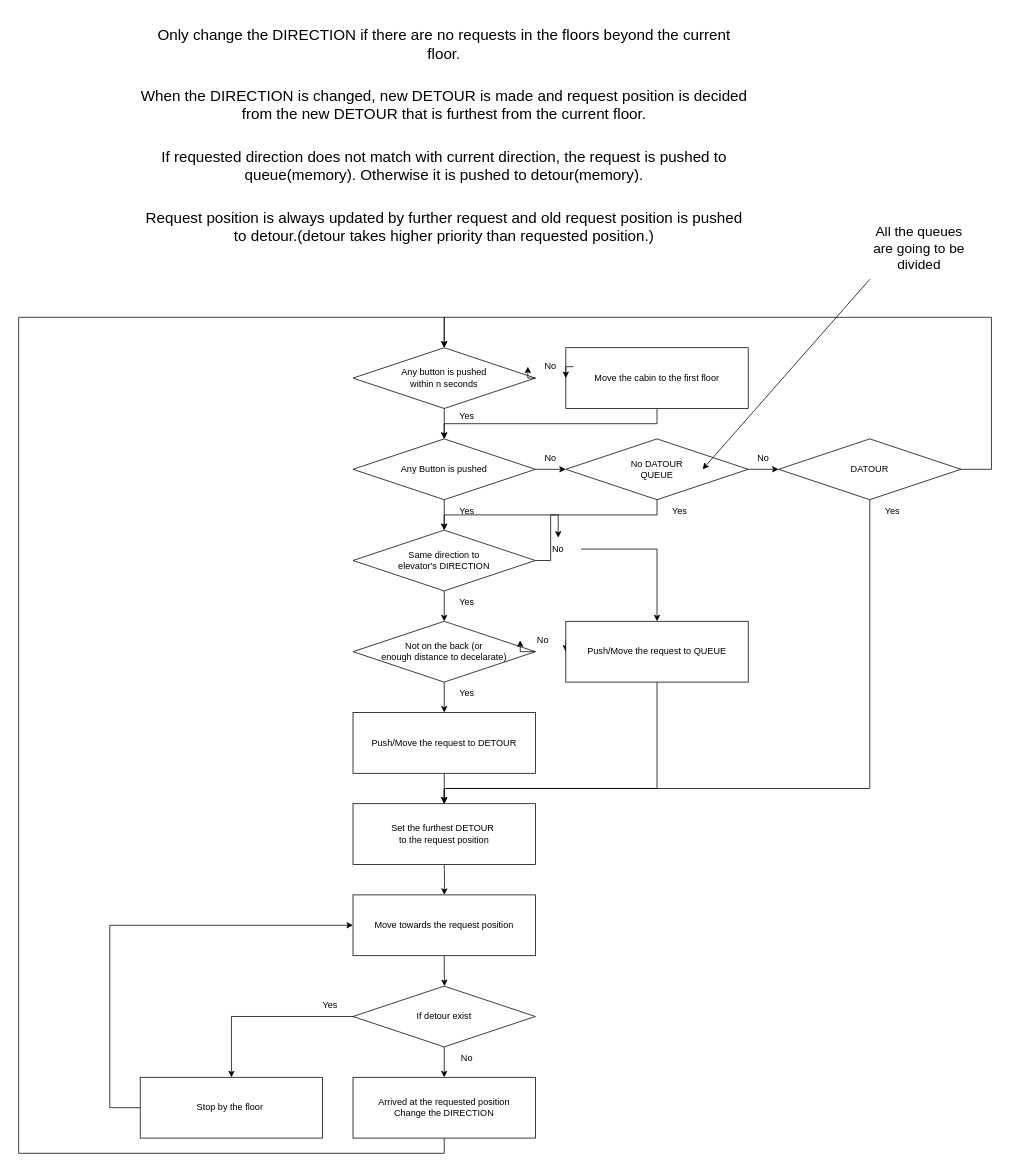
Earlier version of the draw.io diagram Algorithm.drawio (lkw56/Elevator). Source tidied: cells renumbered, new cells numbered last; positions are measured from the earlier drawing's top-left corner, leaving out a move shared by most shapes. Both pictures are drawn from the tidied source at 76%, with x=0, y=0 at pixel (18, 13).
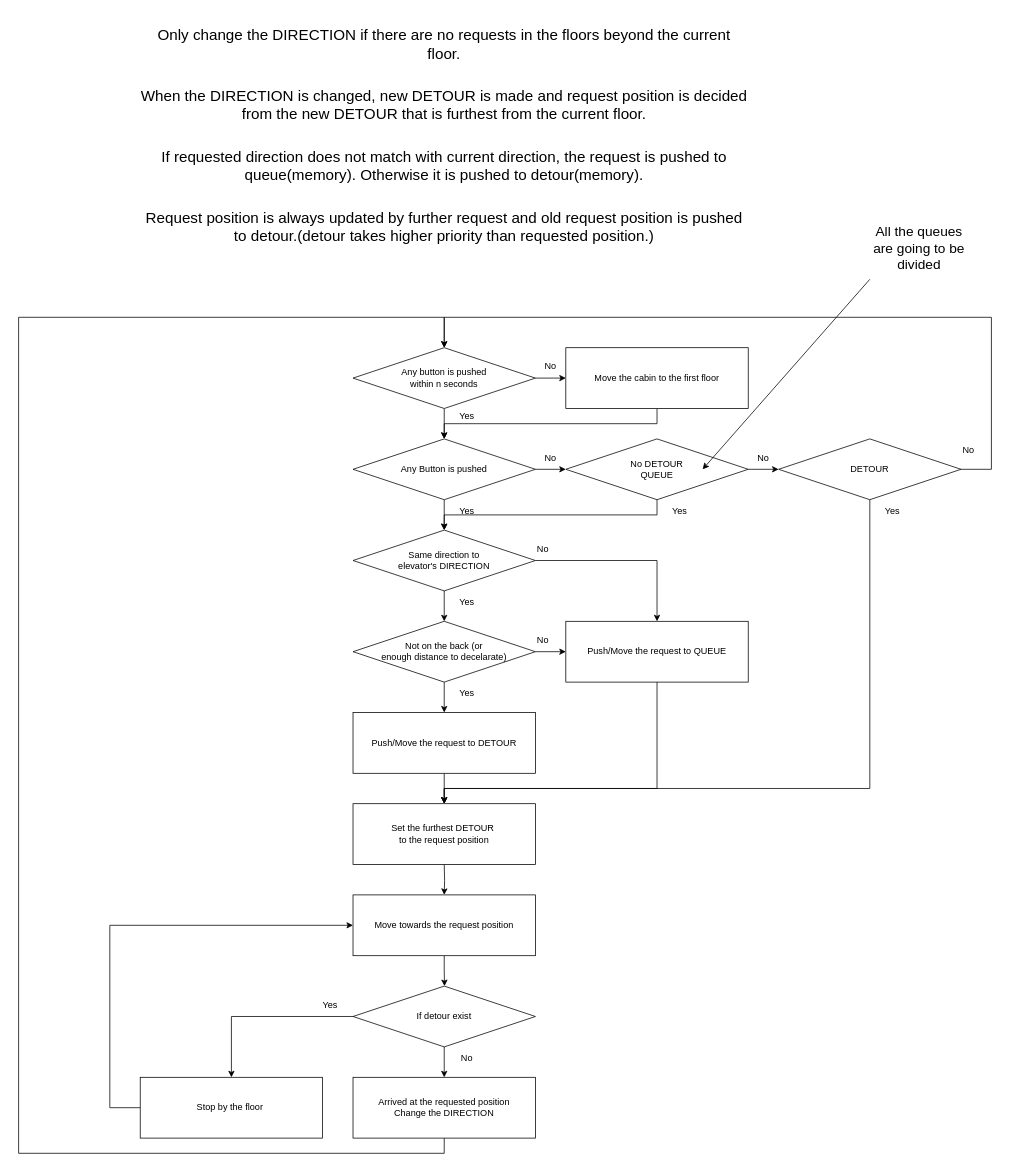
After the change.

Unchanged cells that the change refers to:
```xml
<mxCell id="27" value="Same direction to&lt;br&gt;elevator's DIRECTION" style="rhombus;whiteSpace=wrap;html=1;" parent="1" vertex="1">
  <mxGeometry x="440" y="680" width="240" height="80" as="geometry" />
</mxCell>
<mxCell id="30" value="Not on the back (or&lt;br&gt;enough distance to decelarate)" style="rhombus;whiteSpace=wrap;html=1;" parent="1" vertex="1">
  <mxGeometry x="440" y="800" width="240" height="80" as="geometry" />
</mxCell>
<mxCell id="34" value="Push/Move the request to QUEUE" style="rounded=0;whiteSpace=wrap;html=1;" parent="1" vertex="1">
  <mxGeometry x="720" y="800" width="240" height="80" as="geometry" />
</mxCell>
<mxCell id="44" value="Move the cabin to the first floor" style="rounded=0;whiteSpace=wrap;html=1;" parent="1" vertex="1">
  <mxGeometry x="720" y="440" width="240" height="80" as="geometry" />
</mxCell>
<mxCell id="47" value="Any button is pushed&lt;br&gt;within n seconds" style="rhombus;whiteSpace=wrap;html=1;" parent="1" vertex="1">
  <mxGeometry x="440" y="440" width="240" height="80" as="geometry" />
</mxCell>
<mxCell id="51" value="No" style="text;html=1;strokeColor=none;fillColor=none;align=center;verticalAlign=middle;whiteSpace=wrap;rounded=0;" parent="1" vertex="1">
  <mxGeometry x="660" y="810" width="60" height="30" as="geometry" />
</mxCell>
<mxCell id="57" value="No" style="text;html=1;strokeColor=none;fillColor=none;align=center;verticalAlign=middle;whiteSpace=wrap;rounded=0;" parent="1" vertex="1">
  <mxGeometry x="670" y="450" width="60" height="30" as="geometry" />
</mxCell>
```

What changed in the source:
```diff
@@
-    <mxCell id="22" value="No DATOUR&lt;br&gt;QUEUE" style="rhombus;whiteSpace=wrap;html=1;" parent="1" vertex="1">
+    <mxCell id="22" value="No DETOUR&lt;br&gt;QUEUE" style="rhombus;whiteSpace=wrap;html=1;" parent="1" vertex="1">
       <mxGeometry x="720" y="560" width="240" height="80" as="geometry" />
     </mxCell>
@@
-    <mxCell id="26" style="edgeStyle=orthogonalEdgeStyle;rounded=0;jettySize=auto;html=1;exitX=1;exitY=0.5;exitDx=0;exitDy=0;entryX=0.5;entryY=0;entryDx=0;entryDy=0;" parent="1" edge="1" source="54" target="34">
-      <mxGeometry relative="1" as="geometry" />
-    </mxCell>
+    <mxCell id="59" style="edgeStyle=orthogonalEdgeStyle;rounded=0;jettySize=auto;html=1;exitX=1;exitY=0.5;exitDx=0;exitDy=0;" parent="1" edge="1" source="27" target="34">
+      <mxGeometry relative="1" as="geometry" />
+    </mxCell>
@@
-    <mxCell id="28" style="edgeStyle=orthogonalEdgeStyle;rounded=0;jettySize=auto;html=1;exitX=1;exitY=0.5;exitDx=0;exitDy=0;entryX=0;entryY=0.5;entryDx=0;entryDy=0;" parent="1" edge="1" source="51" target="34">
-      <mxGeometry relative="1" as="geometry" />
-    </mxCell>
@@
+    <mxCell id="60" style="edgeStyle=orthogonalEdgeStyle;rounded=0;jettySize=auto;html=1;exitX=1;exitY=0.5;exitDx=0;exitDy=0;entryX=0;entryY=0.5;entryDx=0;entryDy=0;" parent="1" edge="1" source="30" target="34">
+      <mxGeometry relative="1" as="geometry" />
+    </mxCell>
@@
-    <mxCell id="37" value="DATOUR" style="rhombus;whiteSpace=wrap;html=1;" parent="1" vertex="1">
+    <mxCell id="37" value="DETOUR" style="rhombus;whiteSpace=wrap;html=1;" parent="1" vertex="1">
       <mxGeometry x="1000" y="560" width="240" height="80" as="geometry" />
     </mxCell>
@@
-    <mxCell id="46" style="edgeStyle=orthogonalEdgeStyle;rounded=0;jettySize=auto;html=1;exitX=1;exitY=0.5;exitDx=0;exitDy=0;entryX=0;entryY=0.5;entryDx=0;entryDy=0;" parent="1" edge="1" source="57" target="44">
-      <mxGeometry relative="1" as="geometry" />
-    </mxCell>
+    <mxCell id="61" style="edgeStyle=orthogonalEdgeStyle;rounded=0;jettySize=auto;html=1;exitX=1;exitY=0.5;exitDx=0;exitDy=0;entryX=0;entryY=0.5;entryDx=0;entryDy=0;" parent="1" edge="1" source="47" target="44">
+      <mxGeometry relative="1" as="geometry" />
+    </mxCell>
@@
-    <mxCell id="50" style="edgeStyle=orthogonalEdgeStyle;rounded=0;jettySize=auto;html=1;exitX=1;exitY=0.5;exitDx=0;exitDy=0;entryX=0;entryY=0.5;entryDx=0;entryDy=0;" parent="1" edge="1" source="30" target="51">
-      <mxGeometry relative="1" as="geometry" />
-    </mxCell>
@@
-    <mxCell id="53" style="edgeStyle=orthogonalEdgeStyle;rounded=0;jettySize=auto;html=1;exitX=1;exitY=0.5;exitDx=0;exitDy=0;entryX=0.5;entryY=0;entryDx=0;entryDy=0;" parent="1" edge="1" source="27" target="54">
-      <mxGeometry relative="1" as="geometry" />
-    </mxCell>
     <mxCell id="54" value="No" style="text;html=1;strokeColor=none;fillColor=none;align=center;verticalAlign=middle;whiteSpace=wrap;rounded=0;" parent="1" vertex="1">
-      <mxGeometry x="680" y="690" width="60" height="30" as="geometry" />
+      <mxGeometry x="660" y="690" width="60" height="30" as="geometry" />
     </mxCell>
@@
-    <mxCell id="56" style="edgeStyle=orthogonalEdgeStyle;rounded=0;jettySize=auto;html=1;exitX=1;exitY=0.5;exitDx=0;exitDy=0;entryX=0;entryY=0.5;entryDx=0;entryDy=0;" parent="1" edge="1" source="47" target="57">
-      <mxGeometry relative="1" as="geometry" />
-    </mxCell>
@@
+    <mxCell id="62" value="No" style="text;html=1;strokeColor=none;fillColor=none;align=center;verticalAlign=middle;whiteSpace=wrap;rounded=0;" parent="1" vertex="1">
+      <mxGeometry x="1220" y="560" width="60" height="30" as="geometry" />
+    </mxCell>
```
